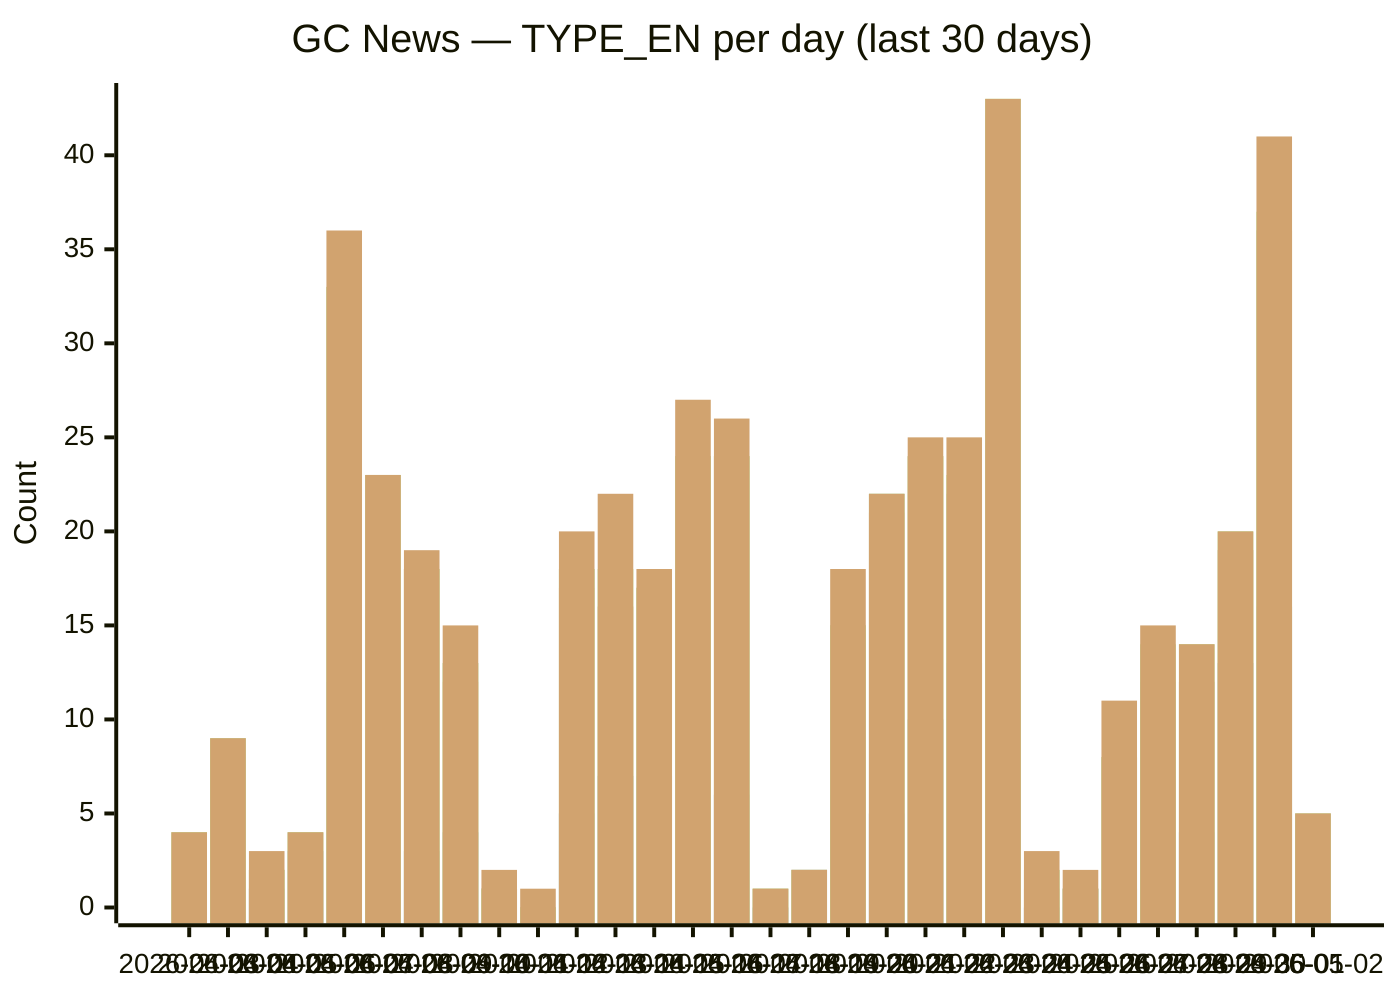
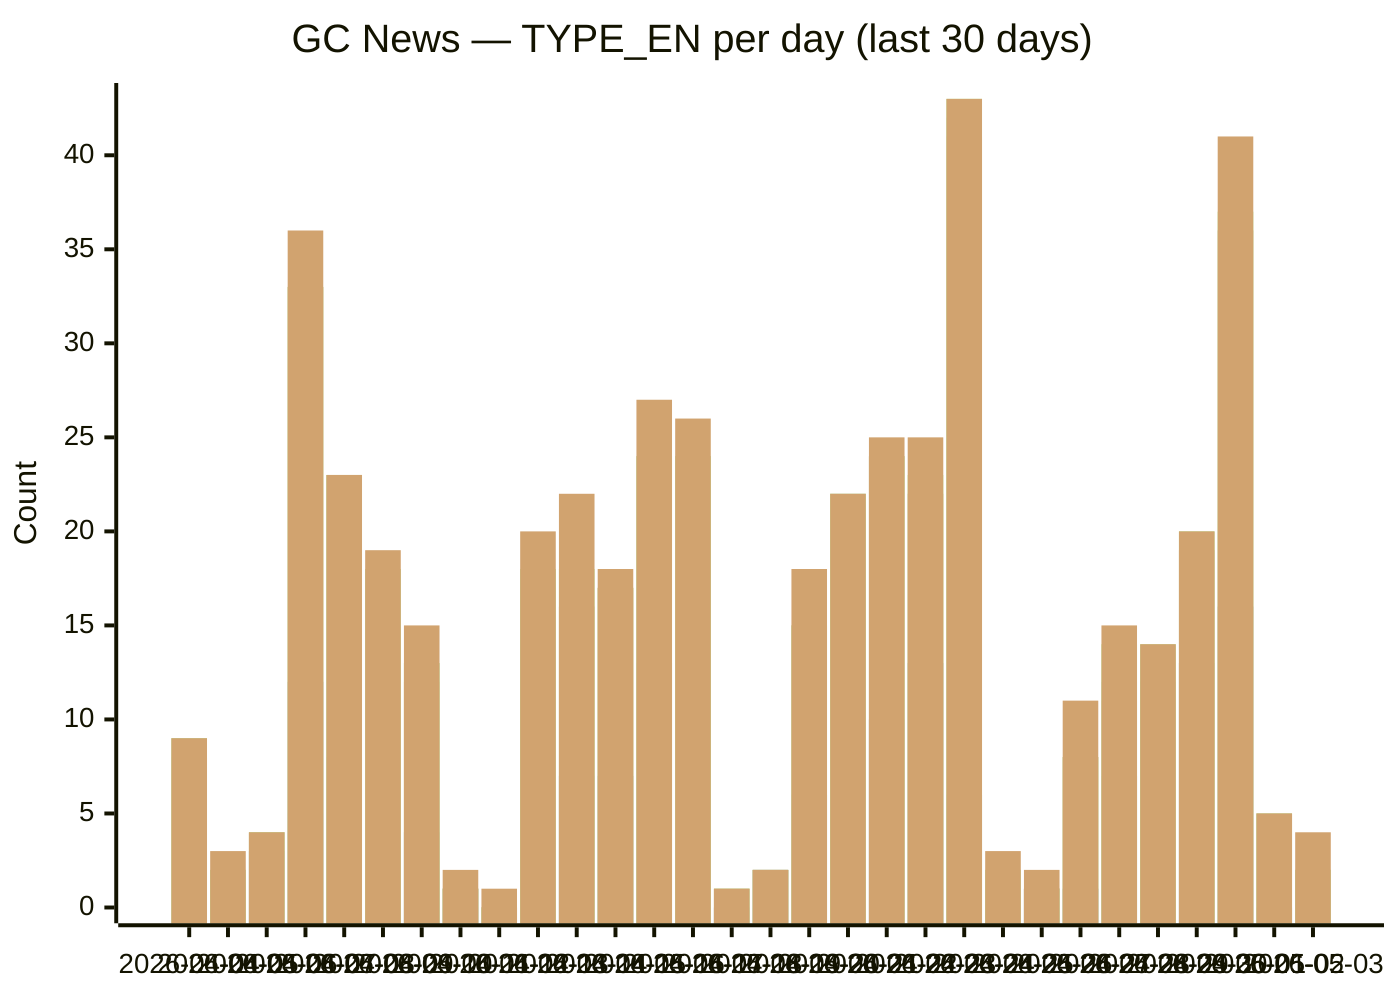
xychart-beta
  title "GC News — TYPE_EN per day (last 30 days)"
-   x-axis [2026-04-03, 2026-04-04, 2026-04-05, 2026-04-06, 2026-04-07, 2026-04-08, 2026-04-09, 2026-04-10, 2026-04-11, 2026-04-12, 2026-04-13, 2026-04-14, 2026-04-15, 2026-04-16, 2026-04-17, 2026-04-18, 2026-04-19, 2026-04-20, 2026-04-21, 2026-04-22, 2026-04-23, 2026-04-24, 2026-04-25, 2026-04-26, 2026-04-27, 2026-04-28, 2026-04-29, 2026-04-30, 2026-05-01, 2026-05-02]
+   x-axis [2026-04-04, 2026-04-05, 2026-04-06, 2026-04-07, 2026-04-08, 2026-04-09, 2026-04-10, 2026-04-11, 2026-04-12, 2026-04-13, 2026-04-14, 2026-04-15, 2026-04-16, 2026-04-17, 2026-04-18, 2026-04-19, 2026-04-20, 2026-04-21, 2026-04-22, 2026-04-23, 2026-04-24, 2026-04-25, 2026-04-26, 2026-04-27, 2026-04-28, 2026-04-29, 2026-04-30, 2026-05-01, 2026-05-02, 2026-05-03]
  y-axis "Count" 0 --> 43
-   bar backgrounders [1, 0, 0, 0, 5, 1, 1, 0, 0, 0, 3, 2, 1, 0, 3, 0, 0, 3, 1, 2, 1, 5, 0, 0, 1, 1, 0, 1, 1, 0]
-   bar "media advisories" [2, 8, 1, 3, 12, 8, 3, 4, 1, 0, 5, 7, 7, 13, 6, 0, 2, 6, 5, 10, 13, 6, 0, 1, 1, 7, 4, 13, 16, 0]
-   bar "news releases" [4, 9, 2, 4, 33, 23, 18, 12, 1, 0, 17, 16, 17, 24, 24, 1, 2, 15, 21, 24, 22, 41, 1, 1, 8, 11, 12, 19, 36, 5]
-   bar readouts [4, 9, 2, 4, 33, 23, 18, 13, 1, 0, 18, 16, 17, 24, 24, 1, 2, 15, 22, 24, 22, 42, 2, 1, 8, 12, 12, 19, 36, 5]
-   bar speeches [4, 9, 2, 4, 33, 23, 18, 13, 1, 0, 18, 18, 17, 24, 24, 1, 2, 15, 22, 24, 23, 43, 2, 1, 8, 14, 14, 20, 37, 5]
-   bar statements [4, 9, 3, 4, 36, 23, 19, 15, 2, 1, 20, 22, 18, 27, 26, 1, 2, 18, 22, 25, 25, 43, 3, 2, 11, 15, 14, 20, 41, 5]
+   bar backgrounders [0, 0, 0, 5, 1, 1, 0, 0, 0, 3, 2, 1, 0, 3, 0, 0, 3, 1, 2, 1, 5, 0, 0, 1, 1, 0, 1, 1, 0, 0]
+   bar "media advisories" [8, 1, 3, 12, 8, 3, 4, 1, 0, 5, 7, 7, 13, 6, 0, 2, 6, 5, 10, 13, 6, 0, 1, 1, 7, 4, 13, 16, 0, 1]
+   bar "news releases" [9, 2, 4, 33, 23, 18, 12, 1, 0, 17, 16, 17, 24, 24, 1, 2, 15, 21, 24, 22, 41, 1, 1, 8, 11, 12, 19, 36, 5, 2]
+   bar readouts [9, 2, 4, 33, 23, 18, 13, 1, 0, 18, 16, 17, 24, 24, 1, 2, 15, 22, 24, 22, 42, 2, 1, 8, 12, 12, 19, 36, 5, 2]
+   bar speeches [9, 2, 4, 33, 23, 18, 13, 1, 0, 18, 18, 17, 24, 24, 1, 2, 15, 22, 24, 23, 43, 2, 1, 8, 14, 14, 20, 37, 5, 2]
+   bar statements [9, 3, 4, 36, 23, 19, 15, 2, 1, 20, 22, 18, 27, 26, 1, 2, 18, 22, 25, 25, 43, 3, 2, 11, 15, 14, 20, 41, 5, 4]
